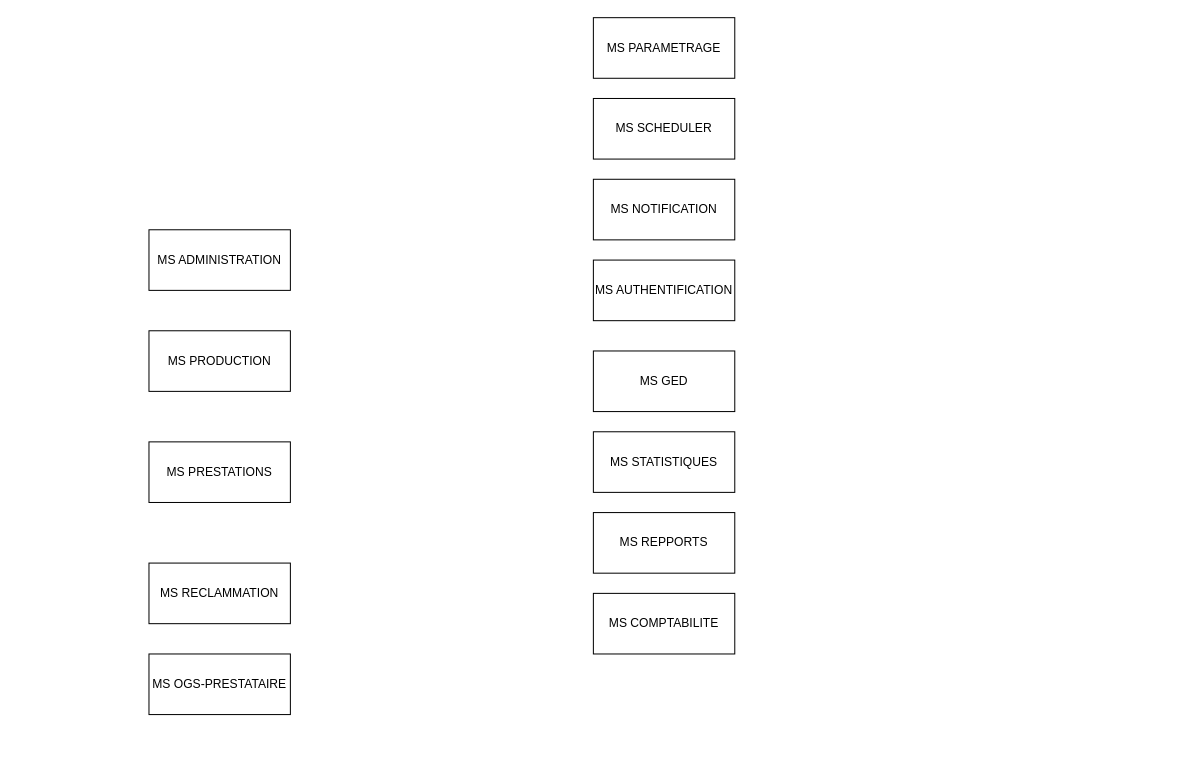
Earlier version of the draw.io diagram Odysey.drawio (Kaji17/Diagramme-UML). Source tidied: cells renumbered, new cells numbered last; positions are measured from the earlier drawing's top-left corner, leaving out a move shared by most shapes. Both pictures are drawn from the tidied source at 101%, with x=0, y=0 at pixel (148, 17).
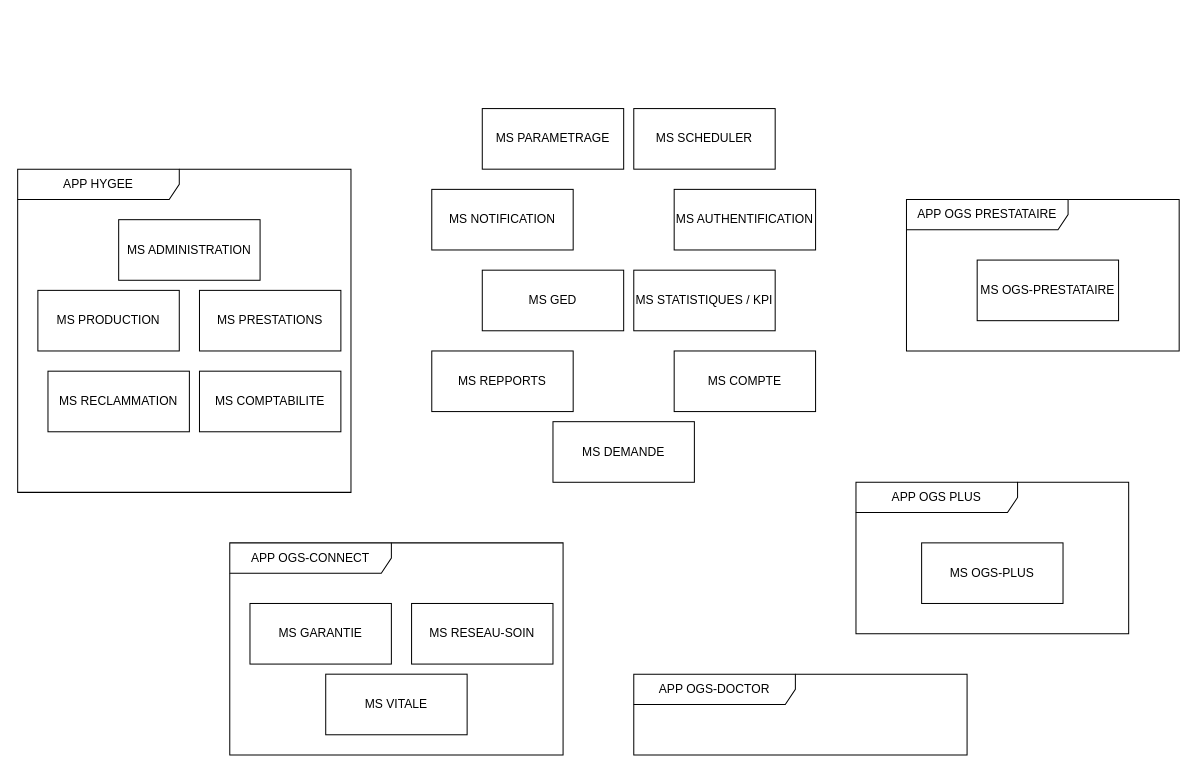
The same diagram, later.

Change to the diagram source:
```diff
@@
-    <mxCell id="2" value="MS ADMINISTRATION" style="whiteSpace=wrap;html=1;" parent="1" vertex="1">
-      <mxGeometry y="210" width="140" height="60" as="geometry" />
-    </mxCell>
     <mxCell id="3" value="MS SCHEDULER" style="whiteSpace=wrap;html=1;" parent="1" vertex="1">
-      <mxGeometry x="440" y="80" width="140" height="60" as="geometry" />
+      <mxGeometry x="480" y="90" width="140" height="60" as="geometry" />
     </mxCell>
     <mxCell id="4" value="MS NOTIFICATION" style="whiteSpace=wrap;html=1;" parent="1" vertex="1">
-      <mxGeometry x="440" y="160" width="140" height="60" as="geometry" />
+      <mxGeometry x="280" y="170" width="140" height="60" as="geometry" />
     </mxCell>
     <mxCell id="5" value="MS PARAMETRAGE" style="whiteSpace=wrap;html=1;" parent="1" vertex="1">
-      <mxGeometry x="440" width="140" height="60" as="geometry" />
+      <mxGeometry x="330" y="90" width="140" height="60" as="geometry" />
     </mxCell>
     <mxCell id="6" value="MS AUTHENTIFICATION" style="whiteSpace=wrap;html=1;" parent="1" vertex="1">
-      <mxGeometry x="440" y="240" width="140" height="60" as="geometry" />
+      <mxGeometry x="520" y="170" width="140" height="60" as="geometry" />
     </mxCell>
-    <mxCell id="7" value="MS PRODUCTION" style="whiteSpace=wrap;html=1;" parent="1" vertex="1">
-      <mxGeometry y="310" width="140" height="60" as="geometry" />
-    </mxCell>
     <mxCell id="8" value="MS GED" style="whiteSpace=wrap;html=1;" parent="1" vertex="1">
-      <mxGeometry x="440" y="330" width="140" height="60" as="geometry" />
+      <mxGeometry x="330" y="250" width="140" height="60" as="geometry" />
     </mxCell>
-    <mxCell id="9" value="MS PRESTATIONS" style="whiteSpace=wrap;html=1;" parent="1" vertex="1">
-      <mxGeometry y="420" width="140" height="60" as="geometry" />
-    </mxCell>
     <mxCell id="10" value="MS REPPORTS" style="whiteSpace=wrap;html=1;" parent="1" vertex="1">
-      <mxGeometry x="440" y="490" width="140" height="60" as="geometry" />
+      <mxGeometry x="280" y="330" width="140" height="60" as="geometry" />
     </mxCell>
-    <mxCell id="11" value="MS STATISTIQUES" style="whiteSpace=wrap;html=1;" parent="1" vertex="1">
-      <mxGeometry x="440" y="410" width="140" height="60" as="geometry" />
+    <mxCell id="11" value="MS STATISTIQUES / KPI" style="whiteSpace=wrap;html=1;" parent="1" vertex="1">
+      <mxGeometry x="480" y="250" width="140" height="60" as="geometry" />
     </mxCell>
+    <mxCell id="15" value="MS COMPTE" style="whiteSpace=wrap;html=1;" parent="1" vertex="1">
+      <mxGeometry x="520" y="330" width="140" height="60" as="geometry" />
+    </mxCell>
+    <mxCell id="16" value="APP HYGEE" style="shape=umlFrame;whiteSpace=wrap;html=1;width=160;" parent="1" vertex="1">
+      <mxGeometry x="-130" y="150" width="330" height="320" as="geometry" />
+    </mxCell>
+    <mxCell id="2" value="MS ADMINISTRATION" style="whiteSpace=wrap;html=1;" parent="16" vertex="1">
+      <mxGeometry x="100" y="50" width="140" height="60" as="geometry" />
+    </mxCell>
+    <mxCell id="7" value="MS PRODUCTION" style="whiteSpace=wrap;html=1;" parent="16" vertex="1">
+      <mxGeometry x="20" y="120" width="140" height="60" as="geometry" />
+    </mxCell>
+    <mxCell id="9" value="MS PRESTATIONS" style="whiteSpace=wrap;html=1;" parent="16" vertex="1">
+      <mxGeometry x="180" y="120" width="140" height="60" as="geometry" />
+    </mxCell>
-    <mxCell id="12" value="MS RECLAMMATION" style="whiteSpace=wrap;html=1;" parent="1" vertex="1">
-      <mxGeometry y="540" width="140" height="60" as="geometry" />
+    <mxCell id="12" value="MS RECLAMMATION" style="whiteSpace=wrap;html=1;" parent="16" vertex="1">
+      <mxGeometry x="30" y="200" width="140" height="60" as="geometry" />
     </mxCell>
-    <mxCell id="13" value="MS COMPTABILITE" style="whiteSpace=wrap;html=1;" parent="1" vertex="1">
-      <mxGeometry x="440" y="570" width="140" height="60" as="geometry" />
+    <mxCell id="13" value="MS COMPTABILITE" style="whiteSpace=wrap;html=1;" parent="16" vertex="1">
+      <mxGeometry x="180" y="200" width="140" height="60" as="geometry" />
     </mxCell>
+    <mxCell id="17" value="APP OGS PRESTATAIRE" style="shape=umlFrame;whiteSpace=wrap;html=1;width=160;" parent="1" vertex="1">
+      <mxGeometry x="750" y="180" width="270" height="150" as="geometry" />
+    </mxCell>
-    <mxCell id="14" value="MS OGS-PRESTATAIRE" style="whiteSpace=wrap;html=1;" parent="1" vertex="1">
-      <mxGeometry y="630" width="140" height="60" as="geometry" />
+    <mxCell id="14" value="MS OGS-PRESTATAIRE" style="whiteSpace=wrap;html=1;" parent="17" vertex="1">
+      <mxGeometry x="70" y="60" width="140" height="60" as="geometry" />
     </mxCell>
+    <mxCell id="18" value="APP OGS-CONNECT" style="shape=umlFrame;whiteSpace=wrap;html=1;width=160;" parent="1" vertex="1">
+      <mxGeometry x="80" y="520" width="330" height="210" as="geometry" />
+    </mxCell>
+    <mxCell id="19" value="MS GARANTIE" style="whiteSpace=wrap;html=1;" parent="18" vertex="1">
+      <mxGeometry x="20" y="60" width="140" height="60" as="geometry" />
+    </mxCell>
+    <mxCell id="20" value="MS RESEAU-SOIN" style="whiteSpace=wrap;html=1;" parent="18" vertex="1">
+      <mxGeometry x="180" y="60" width="140" height="60" as="geometry" />
+    </mxCell>
+    <mxCell id="21" value="MS VITALE" style="whiteSpace=wrap;html=1;" parent="18" vertex="1">
+      <mxGeometry x="95" y="130" width="140" height="60" as="geometry" />
+    </mxCell>
+    <mxCell id="22" value="APP OGS PLUS" style="shape=umlFrame;whiteSpace=wrap;html=1;width=160;" parent="1" vertex="1">
+      <mxGeometry x="700" y="460" width="270" height="150" as="geometry" />
+    </mxCell>
+    <mxCell id="23" value="MS OGS-PLUS" style="whiteSpace=wrap;html=1;" parent="22" vertex="1">
+      <mxGeometry x="65" y="60" width="140" height="60" as="geometry" />
+    </mxCell>
+    <mxCell id="24" value="MS DEMANDE" style="whiteSpace=wrap;html=1;" parent="1" vertex="1">
+      <mxGeometry x="400" y="400" width="140" height="60" as="geometry" />
+    </mxCell>
+    <mxCell id="25" value="APP OGS-DOCTOR" style="shape=umlFrame;whiteSpace=wrap;html=1;width=160;" parent="1" vertex="1">
+      <mxGeometry x="480" y="650" width="330" height="80" as="geometry" />
+    </mxCell>
```
